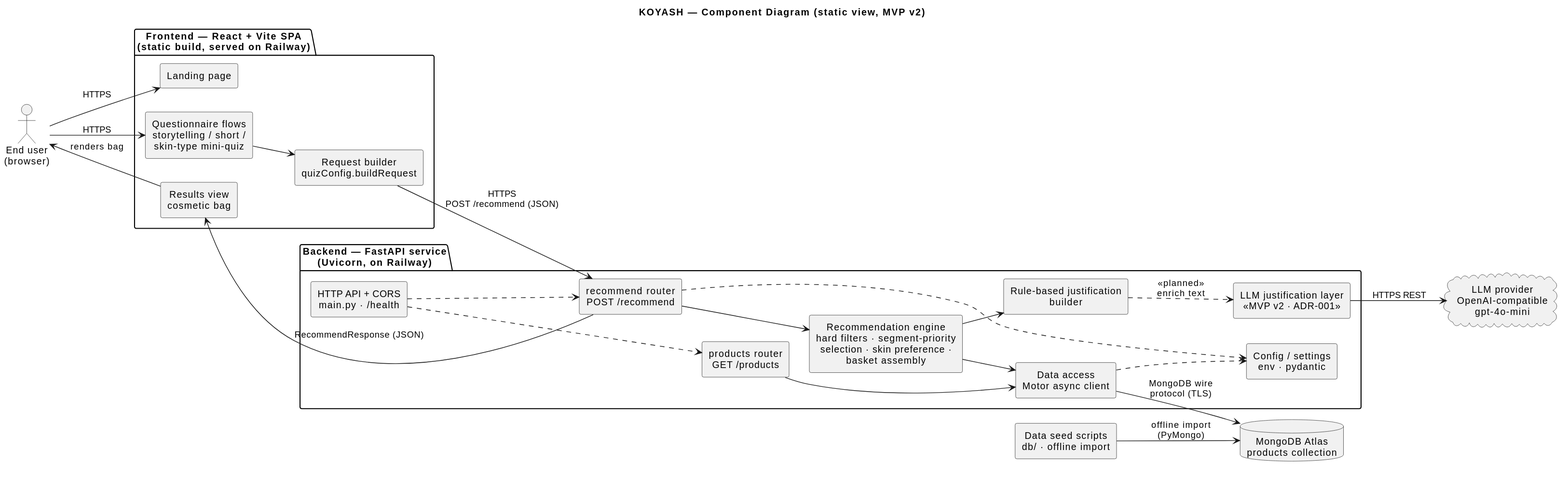
The PlantUML diagram docs/architecture/static-view/component-diagram.svg in Arthur20042007/koyash, before a commit.
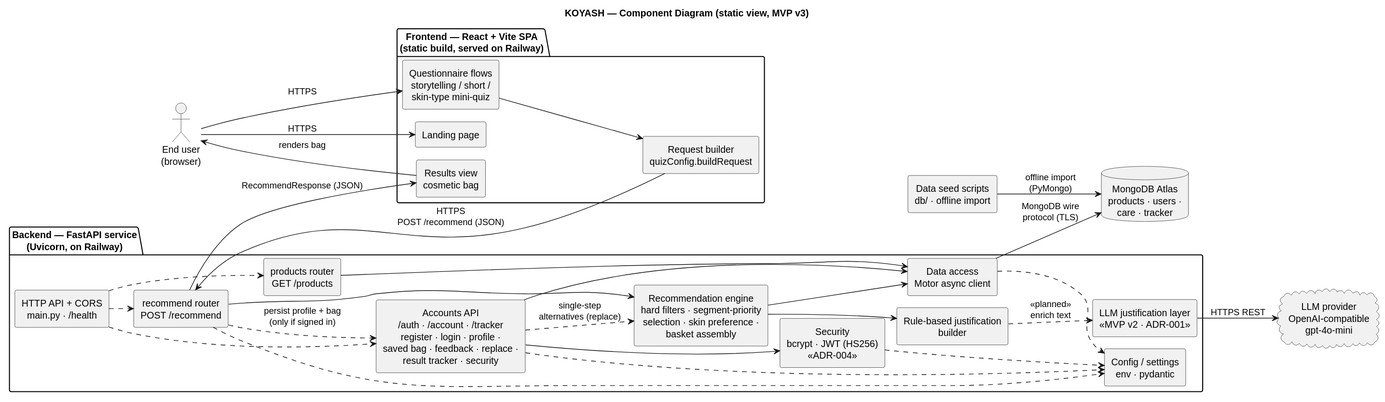
The same diagram one commit later.

Commit message:
docs(architecture): ADR-004 authentication + QR-004/QRT-004 credential confidentiality (PBI-408)

Change to the diagram source:
```diff
@@ -1,5 +1,6 @@
 @startuml
-title KOYASH — Component Diagram (static view, MVP v2)
+!pragma layout smetana
+title KOYASH — Component Diagram (static view, MVP v3)
 
 skinparam componentStyle rectangle
 skinparam shadowing false
@@ -24,9 +25,11 @@
   [LLM justification layer\n<<MVP v2 · ADR-001>>] as llm
   [Data access\nMotor async client] as data
   [Config / settings\nenv · pydantic] as cfg
+  [Accounts API\n/auth · /account · /tracker\nregister · login · profile ·\nsaved bag · feedback · replace ·\nresult tracker · security] as acct
+  [Security\nbcrypt · JWT (HS256)\n<<ADR-004>>] as sec
 }
 
-database "MongoDB Atlas\nproducts collection" as mongo
+database "MongoDB Atlas\nproducts · users ·\ncare · tracker" as mongo
 cloud "LLM provider\nOpenAI-compatible\ngpt-4o-mini" as llmapi
 component "Data seed scripts\ndb/ · offline import" as seed
 
@@ -39,6 +42,7 @@
 
 api ..> recrouter
 api ..> prodrouter
+api ..> acct
 recrouter --> engine
 engine --> just
 just ..> llm : <<planned>>\nenrich text
@@ -49,4 +53,11 @@
 recrouter ..> cfg
 data ..> cfg
 seed --> mongo : offline import\n(PyMongo)
+
+recrouter ..> acct : persist profile + bag\n(only if signed in)
+acct --> sec
+acct ..> engine : single-step\nalternatives (replace)
+acct --> data
+acct ..> cfg
+sec ..> cfg
 @enduml
```
